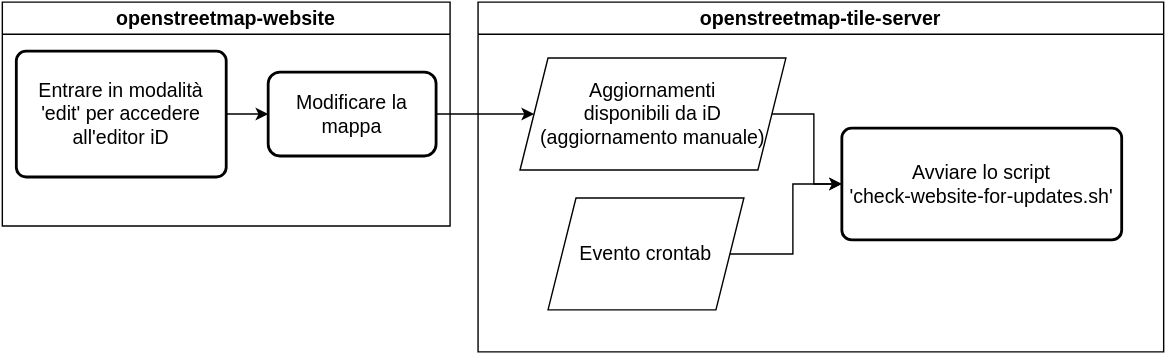
Above: doc/images/aggiornamento-tile.drawio.svg in disit/OSM-for-snap4city (draw.io), before the change. Source tidied: cells renumbered, new cells last; positions are measured from the earlier drawing's top-left corner, leaving out a move shared by most shapes.
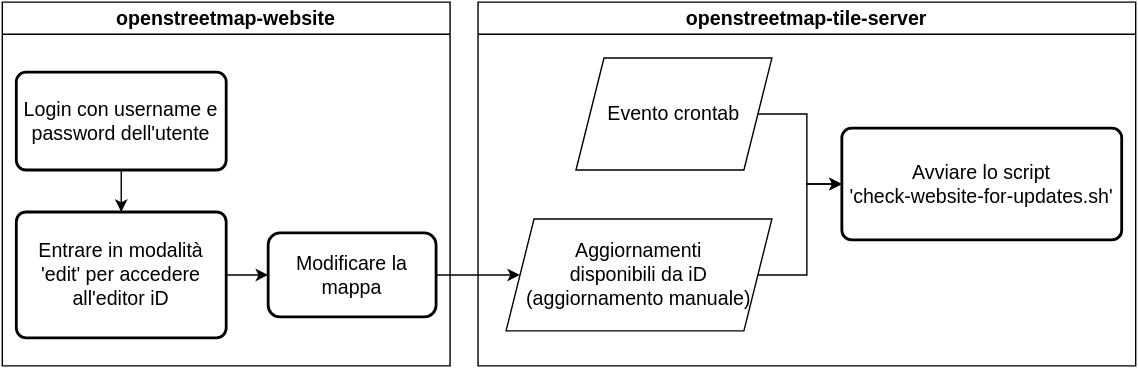
After the commit.

The edit, as a diff of the source:
```diff
@@ -3,35 +3,41 @@
     <mxCell id="0" />
     <mxCell id="1" parent="0" />
     <mxCell id="2" value="&lt;div style=&quot;font-size: 13px;&quot;&gt;&lt;font style=&quot;font-size: 14px;&quot;&gt;openstreetmap-tile-server&lt;/font&gt;&lt;/div&gt;" style="swimlane;whiteSpace=wrap;html=1;" parent="1" vertex="1">
-      <mxGeometry x="340" width="490" height="250" as="geometry" />
+      <mxGeometry x="340" width="470" height="260" as="geometry" />
     </mxCell>
-    <mxCell id="3" value="&lt;div style=&quot;font-size: 14px;&quot;&gt;&lt;font style=&quot;font-size: 14px;&quot;&gt;Aggiornamenti&lt;/font&gt;&lt;/div&gt;&lt;div style=&quot;font-size: 14px;&quot;&gt;&lt;font style=&quot;font-size: 14px;&quot;&gt;disponibili da iD&lt;/font&gt;&lt;/div&gt;&lt;div style=&quot;font-size: 14px;&quot;&gt;&lt;font style=&quot;font-size: 14px;&quot;&gt;(aggiornamento manuale)&lt;/font&gt;&lt;/div&gt;" style="shape=parallelogram;perimeter=parallelogramPerimeter;whiteSpace=wrap;html=1;fixedSize=1;" parent="2" vertex="1">
-      <mxGeometry x="30" y="40" width="190" height="80" as="geometry" />
-    </mxCell>
     <mxCell id="4" value="&lt;div style=&quot;font-size: 14px;&quot;&gt;&lt;font style=&quot;font-size: 14px;&quot;&gt;Avviare lo script&lt;/font&gt;&lt;/div&gt;&lt;div style=&quot;font-size: 14px;&quot;&gt;&lt;font style=&quot;font-size: 14px;&quot;&gt;'check-website-for-updates.sh'&lt;font style=&quot;font-size: 14px;&quot;&gt;&lt;br&gt;&lt;/font&gt;&lt;/font&gt;&lt;/div&gt;" style="rounded=1;whiteSpace=wrap;html=1;absoluteArcSize=1;arcSize=14;strokeWidth=2;" parent="2" vertex="1">
       <mxGeometry x="260" y="90" width="200" height="80" as="geometry" />
     </mxCell>
-    <mxCell id="5" style="edgeStyle=orthogonalEdgeStyle;rounded=0;jettySize=auto;html=1;" parent="2" edge="1" source="3" target="4">
-      <mxGeometry relative="1" as="geometry" />
-    </mxCell>
     <mxCell id="6" value="&lt;font style=&quot;font-size: 14px;&quot;&gt;Evento crontab&lt;/font&gt;" style="shape=parallelogram;perimeter=parallelogramPerimeter;whiteSpace=wrap;html=1;fixedSize=1;" parent="2" vertex="1">
-      <mxGeometry x="50" y="140" width="140" height="80" as="geometry" />
+      <mxGeometry x="70" y="40" width="140" height="80" as="geometry" />
     </mxCell>
     <mxCell id="7" style="edgeStyle=orthogonalEdgeStyle;rounded=0;jettySize=auto;html=1;entryX=0;entryY=0.5;entryDx=0;entryDy=0;" parent="2" edge="1" source="6" target="4">
       <mxGeometry relative="1" as="geometry" />
     </mxCell>
+    <mxCell id="3" value="&lt;div style=&quot;font-size: 14px;&quot;&gt;&lt;font style=&quot;font-size: 14px;&quot;&gt;Aggiornamenti&lt;/font&gt;&lt;/div&gt;&lt;div style=&quot;font-size: 14px;&quot;&gt;&lt;font style=&quot;font-size: 14px;&quot;&gt;disponibili da iD&lt;/font&gt;&lt;/div&gt;&lt;div style=&quot;font-size: 14px;&quot;&gt;&lt;font style=&quot;font-size: 14px;&quot;&gt;(aggiornamento manuale)&lt;/font&gt;&lt;/div&gt;" style="shape=parallelogram;perimeter=parallelogramPerimeter;whiteSpace=wrap;html=1;fixedSize=1;" parent="2" vertex="1">
+      <mxGeometry x="20" y="155" width="190" height="80" as="geometry" />
+    </mxCell>
+    <mxCell id="5" style="edgeStyle=orthogonalEdgeStyle;rounded=0;jettySize=auto;html=1;" parent="2" edge="1" source="3" target="4">
+      <mxGeometry relative="1" as="geometry" />
+    </mxCell>
     <mxCell id="8" value="&lt;font style=&quot;font-size: 14px;&quot;&gt;openstreetmap-website&lt;/font&gt;" style="swimlane;whiteSpace=wrap;html=1;" parent="1" vertex="1">
-      <mxGeometry width="320" height="160" as="geometry" />
+      <mxGeometry width="320" height="260" as="geometry" />
     </mxCell>
     <mxCell id="9" style="edgeStyle=orthogonalEdgeStyle;rounded=0;jettySize=auto;html=1;" parent="8" edge="1" source="10" target="11">
       <mxGeometry relative="1" as="geometry" />
     </mxCell>
     <mxCell id="10" value="&lt;font style=&quot;font-size: 14px;&quot;&gt;Entrare in modalità 'edit' per accedere all'editor iD&lt;br&gt;&lt;/font&gt;" style="rounded=1;whiteSpace=wrap;html=1;absoluteArcSize=1;arcSize=14;strokeWidth=2;" parent="8" vertex="1">
-      <mxGeometry x="10" y="35" width="150" height="90" as="geometry" />
+      <mxGeometry x="10" y="150" width="150" height="90" as="geometry" />
     </mxCell>
     <mxCell id="11" value="&lt;font style=&quot;font-size: 14px;&quot;&gt;Modificare la mappa&lt;br&gt;&lt;/font&gt;" style="whiteSpace=wrap;html=1;rounded=1;arcSize=14;strokeWidth=2;" parent="8" vertex="1">
-      <mxGeometry x="190" y="50" width="120" height="60" as="geometry" />
+      <mxGeometry x="190" y="165" width="120" height="60" as="geometry" />
     </mxCell>
+    <mxCell id="13" style="edgeStyle=orthogonalEdgeStyle;rounded=0;jettySize=auto;html=1;" parent="8" edge="1" source="14" target="10">
+      <mxGeometry relative="1" as="geometry" />
+    </mxCell>
+    <mxCell id="14" value="&lt;font style=&quot;font-size: 14px;&quot;&gt;Login con username e password dell'utente&lt;br&gt;&lt;/font&gt;" style="rounded=1;whiteSpace=wrap;html=1;absoluteArcSize=1;arcSize=14;strokeWidth=2;" parent="8" vertex="1">
+      <mxGeometry x="10" y="50" width="150" height="70" as="geometry" />
+    </mxCell>
     <mxCell id="12" style="edgeStyle=orthogonalEdgeStyle;rounded=0;jettySize=auto;html=1;" parent="1" edge="1" source="11" target="3">
       <mxGeometry relative="1" as="geometry" />
     </mxCell>
```
